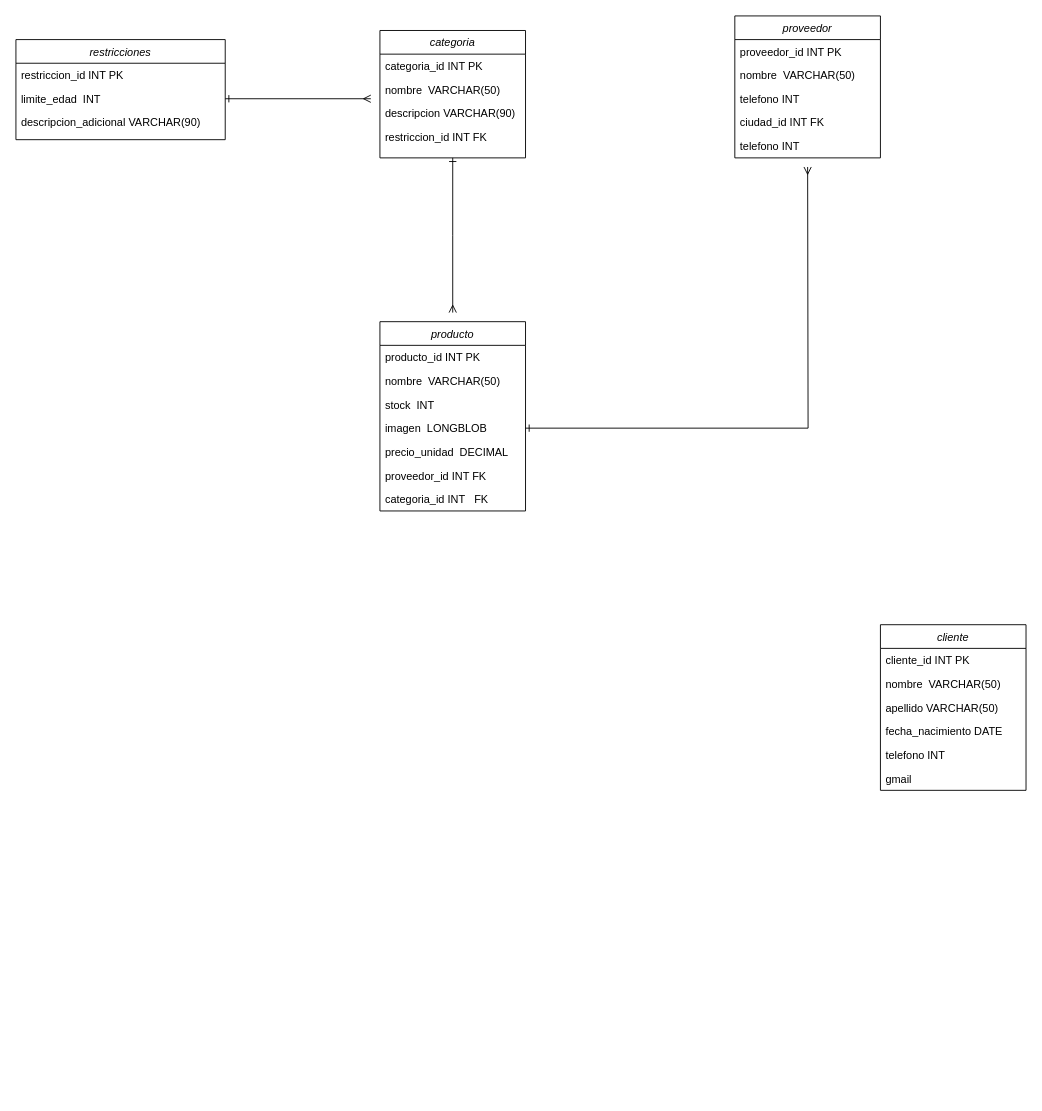
Angel-ISO/Diagramas keeps this draw.io diagram as DiagramaRelacional(proyecto final).drawio. Above is the earlier version. Source tidied: cells renumbered, new cells numbered last; positions are measured from the earlier drawing's top-left corner, leaving out a move shared by most shapes. Both pictures are drawn from the tidied source at 91%, with x=0, y=0 at pixel (15, 15).
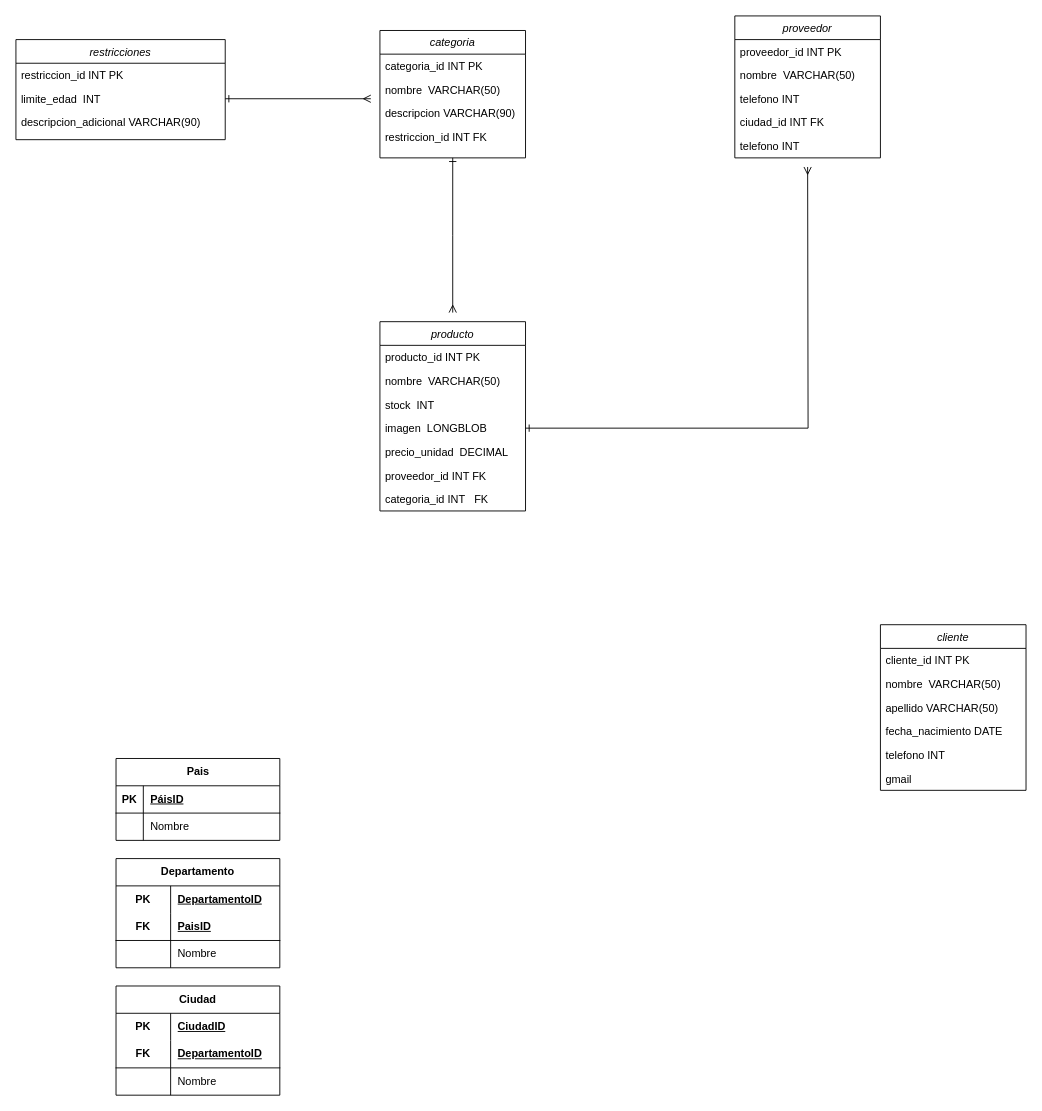
Above is the later version.

What changed in the source:
```diff
@@
+    <mxCell id="35" value="Departamento" style="shape=table;startSize=30;childLayout=tableLayout;rowLines=0;fontStyle=1;align=center;html=1;whiteSpace=wrap;" parent="1" vertex="1">
+      <mxGeometry x="110" y="926" width="180" height="120" as="geometry" />
+    </mxCell>
+    <mxCell id="36" style="shape=tableRow;horizontal=0;startSize=0;swimlaneHead=0;swimlaneBody=0;fillColor=none;top=0;left=0;right=0;bottom=0;html=1;" parent="35" vertex="1">
+      <mxGeometry y="30" width="180" height="30" as="geometry" />
+    </mxCell>
+    <mxCell id="37" value="PK" style="shape=partialRectangle;fillColor=none;top=0;left=0;bottom=0;right=0;fontStyle=1;overflow=hidden;html=1;whiteSpace=wrap;" parent="36" vertex="1">
+      <mxGeometry width="60" height="30" as="geometry" />
+    </mxCell>
+    <mxCell id="38" value="DepartamentoID" style="shape=partialRectangle;fillColor=none;top=0;left=0;bottom=0;right=0;align=left;spacingLeft=6;fontStyle=5;overflow=hidden;html=1;whiteSpace=wrap;" parent="36" vertex="1">
+      <mxGeometry x="60" width="120" height="30" as="geometry" />
+    </mxCell>
+    <mxCell id="39" style="shape=tableRow;horizontal=0;startSize=0;swimlaneHead=0;swimlaneBody=0;fillColor=none;top=0;left=0;right=0;bottom=1;html=1;" parent="35" vertex="1">
+      <mxGeometry y="60" width="180" height="30" as="geometry" />
+    </mxCell>
+    <mxCell id="40" value="FK" style="shape=partialRectangle;fillColor=none;top=0;left=0;bottom=0;right=0;fontStyle=1;overflow=hidden;html=1;whiteSpace=wrap;" parent="39" vertex="1">
+      <mxGeometry width="60" height="30" as="geometry" />
+    </mxCell>
+    <mxCell id="41" value="PaisID" style="shape=partialRectangle;fillColor=none;top=0;left=0;bottom=0;right=0;align=left;spacingLeft=6;fontStyle=5;overflow=hidden;html=1;whiteSpace=wrap;" parent="39" vertex="1">
+      <mxGeometry x="60" width="120" height="30" as="geometry" />
+    </mxCell>
+    <mxCell id="42" style="shape=tableRow;horizontal=0;startSize=0;swimlaneHead=0;swimlaneBody=0;fillColor=none;top=0;left=0;right=0;bottom=0;html=1;" parent="35" vertex="1">
+      <mxGeometry y="90" width="180" height="30" as="geometry" />
+    </mxCell>
+    <mxCell id="43" style="shape=partialRectangle;fillColor=none;top=0;left=0;bottom=0;right=0;overflow=hidden;html=1;whiteSpace=wrap;" parent="42" vertex="1">
+      <mxGeometry width="60" height="30" as="geometry" />
+    </mxCell>
+    <mxCell id="44" value="Nombre" style="shape=partialRectangle;fillColor=none;top=0;left=0;bottom=0;right=0;align=left;spacingLeft=6;overflow=hidden;html=1;whiteSpace=wrap;" parent="42" vertex="1">
+      <mxGeometry x="60" width="120" height="30" as="geometry" />
+    </mxCell>
+    <mxCell id="45" value="Pais" style="shape=table;startSize=30;childLayout=tableLayout;rowLines=0;fontStyle=1;align=center;html=1;" parent="1" vertex="1">
+      <mxGeometry x="110" y="816" width="180" height="90" as="geometry" />
+    </mxCell>
+    <mxCell id="46" style="shape=tableRow;horizontal=0;startSize=0;swimlaneHead=0;swimlaneBody=0;fillColor=none;top=0;left=0;right=0;bottom=1;" parent="45" vertex="1">
+      <mxGeometry y="30" width="180" height="30" as="geometry" />
+    </mxCell>
+    <mxCell id="47" value="PK" style="shape=partialRectangle;fillColor=none;top=0;left=0;bottom=0;right=0;fontStyle=1;overflow=hidden;whiteSpace=wrap;html=1;" parent="46" vertex="1">
+      <mxGeometry width="30" height="30" as="geometry" />
+    </mxCell>
+    <mxCell id="48" value="PáisID" style="shape=partialRectangle;fillColor=none;top=0;left=0;bottom=0;right=0;align=left;spacingLeft=6;fontStyle=5;overflow=hidden;whiteSpace=wrap;html=1;" parent="46" vertex="1">
+      <mxGeometry x="30" width="150" height="30" as="geometry" />
+    </mxCell>
+    <mxCell id="49" style="shape=tableRow;horizontal=0;startSize=0;swimlaneHead=0;swimlaneBody=0;fillColor=none;top=0;left=0;right=0;bottom=0;" parent="45" vertex="1">
+      <mxGeometry y="60" width="180" height="30" as="geometry" />
+    </mxCell>
+    <mxCell id="50" style="shape=partialRectangle;fillColor=none;top=0;left=0;bottom=0;right=0;overflow=hidden;whiteSpace=wrap;html=1;" parent="49" vertex="1">
+      <mxGeometry width="30" height="30" as="geometry" />
+    </mxCell>
+    <mxCell id="51" value="Nombre" style="shape=partialRectangle;fillColor=none;top=0;left=0;bottom=0;right=0;align=left;spacingLeft=6;overflow=hidden;whiteSpace=wrap;html=1;" parent="49" vertex="1">
+      <mxGeometry x="30" width="150" height="30" as="geometry" />
+    </mxCell>
+    <mxCell id="52" value="Ciudad" style="shape=table;startSize=30;childLayout=tableLayout;rowLines=0;fontStyle=1;align=center;html=1;whiteSpace=wrap;" parent="1" vertex="1">
+      <mxGeometry x="110" y="1066" width="180" height="120" as="geometry" />
+    </mxCell>
+    <mxCell id="53" style="shape=tableRow;horizontal=0;startSize=0;swimlaneHead=0;swimlaneBody=0;fillColor=none;top=0;left=0;right=0;bottom=0;html=1;" parent="52" vertex="1">
+      <mxGeometry y="30" width="180" height="30" as="geometry" />
+    </mxCell>
+    <mxCell id="54" value="PK" style="shape=partialRectangle;fillColor=none;top=0;left=0;bottom=0;right=0;fontStyle=1;overflow=hidden;html=1;whiteSpace=wrap;" parent="53" vertex="1">
+      <mxGeometry width="60" height="30" as="geometry" />
+    </mxCell>
+    <mxCell id="55" value="CiudadID" style="shape=partialRectangle;fillColor=none;top=0;left=0;bottom=0;right=0;align=left;spacingLeft=6;fontStyle=5;overflow=hidden;html=1;whiteSpace=wrap;" parent="53" vertex="1">
+      <mxGeometry x="60" width="120" height="30" as="geometry" />
+    </mxCell>
+    <mxCell id="56" style="shape=tableRow;horizontal=0;startSize=0;swimlaneHead=0;swimlaneBody=0;fillColor=none;top=0;left=0;right=0;bottom=1;html=1;" parent="52" vertex="1">
+      <mxGeometry y="60" width="180" height="30" as="geometry" />
+    </mxCell>
+    <mxCell id="57" value="FK" style="shape=partialRectangle;fillColor=none;top=0;left=0;bottom=0;right=0;fontStyle=1;overflow=hidden;html=1;whiteSpace=wrap;" parent="56" vertex="1">
+      <mxGeometry width="60" height="30" as="geometry" />
+    </mxCell>
+    <mxCell id="58" value="DepartamentoID&lt;span style=&quot;white-space: pre;&quot;&gt;&#9;&lt;/span&gt;" style="shape=partialRectangle;fillColor=none;top=0;left=0;bottom=0;right=0;align=left;spacingLeft=6;fontStyle=5;overflow=hidden;html=1;whiteSpace=wrap;" parent="56" vertex="1">
+      <mxGeometry x="60" width="120" height="30" as="geometry" />
+    </mxCell>
+    <mxCell id="59" style="shape=tableRow;horizontal=0;startSize=0;swimlaneHead=0;swimlaneBody=0;fillColor=none;top=0;left=0;right=0;bottom=0;html=1;" parent="52" vertex="1">
+      <mxGeometry y="90" width="180" height="30" as="geometry" />
+    </mxCell>
+    <mxCell id="60" style="shape=partialRectangle;fillColor=none;top=0;left=0;bottom=0;right=0;overflow=hidden;html=1;whiteSpace=wrap;" parent="59" vertex="1">
+      <mxGeometry width="60" height="30" as="geometry" />
+    </mxCell>
+    <mxCell id="61" value="Nombre" style="shape=partialRectangle;fillColor=none;top=0;left=0;bottom=0;right=0;align=left;spacingLeft=6;overflow=hidden;html=1;whiteSpace=wrap;" parent="59" vertex="1">
+      <mxGeometry x="60" width="120" height="30" as="geometry" />
+    </mxCell>
```
